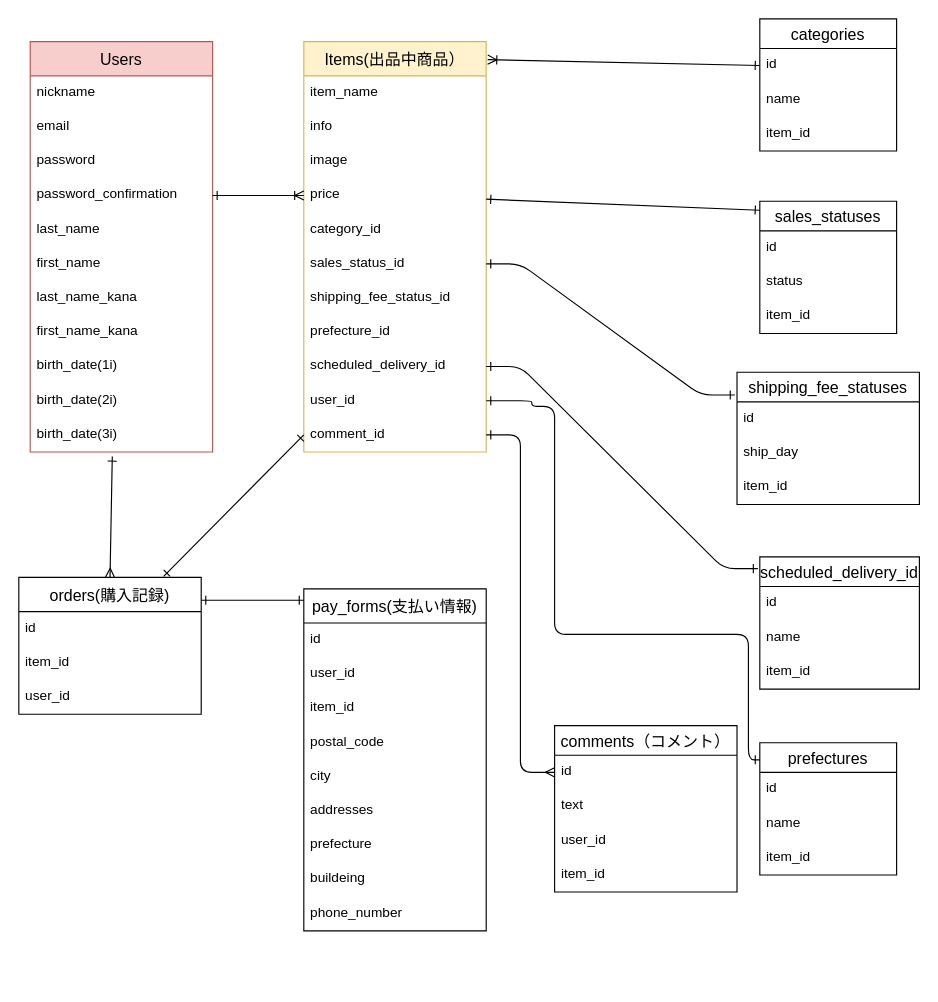
Earlier version of the draw.io diagram ER.dio (Ka0lee/furima-39118). Source tidied: cells renumbered, new cells numbered last; positions are measured from the earlier drawing's top-left corner, leaving out a move shared by most shapes. Both pictures are drawn from the tidied source at 114%, with x=0, y=0 at pixel (18, 18).
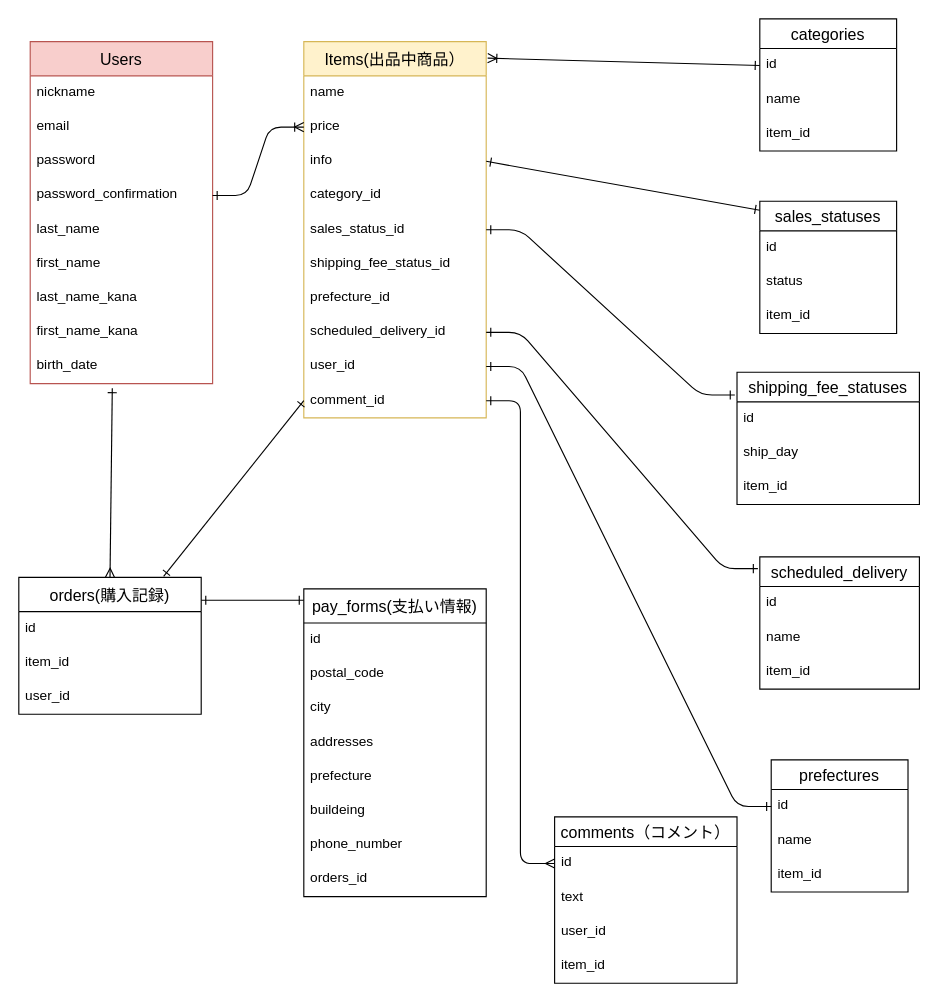
Above is the later version.

Commit message (it also covers changes not shown here):
EA図とREADMEの修正

The change refers to these unchanged cells:
```xml
<mxCell id="31" value="sales_statuses" style="swimlane;fontStyle=0;horizontal=1;startSize=26;align=center;fontSize=14;" parent="1" vertex="1">
  <mxGeometry x="650" y="160" width="120" height="116" as="geometry" />
</mxCell>
<mxCell id="71" value="id" style="text;strokeColor=none;fillColor=none;spacingLeft=4;spacingRight=4;overflow=hidden;points=[[0,0.5],[1,0.5]];portConstraint=eastwest;fontSize=12;" parent="70" vertex="1">
  <mxGeometry y="26" width="120" height="30" as="geometry" />
</mxCell>
```

The edit, as a diff of the source:
```diff
@@
     <mxCell id="2" value="Users" style="swimlane;fontStyle=0;horizontal=1;startSize=30;align=center;fontSize=14;fillColor=#f8cecc;strokeColor=#b85450;" parent="1" vertex="1">
-      <mxGeometry x="10" y="20" width="160" height="360" as="geometry" />
+      <mxGeometry x="10" y="20" width="160" height="300" as="geometry" />
     </mxCell>
@@
-    <mxCell id="11" value="birth_date(1i)" style="text;strokeColor=none;fillColor=none;spacingLeft=4;spacingRight=4;overflow=hidden;fontSize=12;" parent="2" vertex="1">
-      <mxGeometry y="270" width="160" height="30" as="geometry" />
-    </mxCell>
-    <mxCell id="12" value="birth_date(2i)" style="text;strokeColor=none;fillColor=none;spacingLeft=4;spacingRight=4;overflow=hidden;fontSize=12;" parent="2" vertex="1">
-      <mxGeometry y="300" width="160" height="30" as="geometry" />
-    </mxCell>
-    <mxCell id="13" value="birth_date(3i)" style="text;strokeColor=none;fillColor=none;spacingLeft=4;spacingRight=4;overflow=hidden;points=[[0,0.5],[1,0.5]];portConstraint=eastwest;fontSize=12;" parent="2" vertex="1">
-      <mxGeometry y="330" width="160" height="30" as="geometry" />
+    <mxCell id="13" value="birth_date&#10;" style="text;strokeColor=none;fillColor=none;spacingLeft=4;spacingRight=4;overflow=hidden;points=[[0,0.5],[1,0.5]];portConstraint=eastwest;fontSize=12;" parent="2" vertex="1">
+      <mxGeometry y="270" width="160" height="30" as="geometry" />
     </mxCell>
     <mxCell id="14" value="Items(出品中商品）" style="swimlane;fontStyle=0;horizontal=1;startSize=30;align=center;fontSize=14;fillColor=#fff2cc;strokeColor=#d6b656;" parent="1" vertex="1">
-      <mxGeometry x="250" y="20" width="160" height="360" as="geometry" />
+      <mxGeometry x="250" y="20" width="160" height="330" as="geometry" />
     </mxCell>
-    <mxCell id="15" value="item_name" style="text;strokeColor=none;fillColor=none;spacingLeft=4;spacingRight=4;overflow=hidden;fontSize=12;" parent="14" vertex="1">
+    <mxCell id="15" value="name" style="text;strokeColor=none;fillColor=none;spacingLeft=4;spacingRight=4;overflow=hidden;fontSize=12;" parent="14" vertex="1">
       <mxGeometry y="30" width="160" height="30" as="geometry" />
     </mxCell>
+    <mxCell id="18" value="price" style="text;strokeColor=none;fillColor=none;spacingLeft=4;spacingRight=4;overflow=hidden;points=[[0,0.5],[1,0.5]];portConstraint=eastwest;fontSize=12;" parent="14" vertex="1">
+      <mxGeometry y="60" width="160" height="30" as="geometry" />
+    </mxCell>
     <mxCell id="16" value="info" style="text;strokeColor=none;fillColor=none;spacingLeft=4;spacingRight=4;overflow=hidden;points=[[0,0.5],[1,0.5]];portConstraint=eastwest;fontSize=12;" parent="14" vertex="1">
-      <mxGeometry y="60" width="160" height="30" as="geometry" />
+      <mxGeometry y="90" width="160" height="30" as="geometry" />
     </mxCell>
-    <mxCell id="17" value="image" style="text;strokeColor=none;fillColor=none;spacingLeft=4;spacingRight=4;overflow=hidden;fontSize=12;" parent="14" vertex="1">
-      <mxGeometry y="90" width="160" height="30" as="geometry" />
-    </mxCell>
-    <mxCell id="18" value="price" style="text;strokeColor=none;fillColor=none;spacingLeft=4;spacingRight=4;overflow=hidden;points=[[0,0.5],[1,0.5]];portConstraint=eastwest;fontSize=12;" parent="14" vertex="1">
-      <mxGeometry y="120" width="160" height="30" as="geometry" />
-    </mxCell>
     <mxCell id="19" value="category_id" style="text;strokeColor=none;fillColor=none;spacingLeft=4;spacingRight=4;overflow=hidden;fontSize=12;" parent="14" vertex="1">
-      <mxGeometry y="150" width="160" height="30" as="geometry" />
+      <mxGeometry y="120" width="160" height="30" as="geometry" />
     </mxCell>
     <mxCell id="20" value="sales_status_id" style="text;strokeColor=none;fillColor=none;spacingLeft=4;spacingRight=4;overflow=hidden;points=[[0,0.5],[1,0.5]];portConstraint=eastwest;fontSize=12;" parent="14" vertex="1">
-      <mxGeometry y="180" width="160" height="30" as="geometry" />
+      <mxGeometry y="150" width="160" height="30" as="geometry" />
     </mxCell>
     <mxCell id="21" value="shipping_fee_status_id" style="text;strokeColor=none;fillColor=none;spacingLeft=4;spacingRight=4;overflow=hidden;fontSize=12;" parent="14" vertex="1">
-      <mxGeometry y="210" width="160" height="30" as="geometry" />
+      <mxGeometry y="180" width="160" height="30" as="geometry" />
     </mxCell>
     <mxCell id="22" value="prefecture_id" style="text;strokeColor=none;fillColor=none;spacingLeft=4;spacingRight=4;overflow=hidden;fontSize=12;" parent="14" vertex="1">
-      <mxGeometry y="240" width="160" height="30" as="geometry" />
+      <mxGeometry y="210" width="160" height="30" as="geometry" />
     </mxCell>
     <mxCell id="23" value="scheduled_delivery_id" style="text;strokeColor=none;fillColor=none;spacingLeft=4;spacingRight=4;overflow=hidden;points=[[0,0.5],[1,0.5]];portConstraint=eastwest;fontSize=12;" parent="14" vertex="1">
-      <mxGeometry y="270" width="160" height="30" as="geometry" />
+      <mxGeometry y="240" width="160" height="30" as="geometry" />
     </mxCell>
     <mxCell id="24" value="user_id" style="text;strokeColor=none;fillColor=none;spacingLeft=4;spacingRight=4;overflow=hidden;points=[[0,0.5],[1,0.5]];portConstraint=eastwest;fontSize=12;" parent="14" vertex="1">
-      <mxGeometry y="300" width="160" height="30" as="geometry" />
+      <mxGeometry y="270" width="160" height="30" as="geometry" />
     </mxCell>
     <mxCell id="25" value="comment_id" style="text;strokeColor=none;fillColor=none;spacingLeft=4;spacingRight=4;overflow=hidden;points=[[0,0.5],[1,0.5]];portConstraint=eastwest;fontSize=12;" parent="14" vertex="1">
-      <mxGeometry y="330" width="160" height="30" as="geometry" />
+      <mxGeometry y="300" width="160" height="30" as="geometry" />
     </mxCell>
     <mxCell id="26" value="comments（コメント）" style="swimlane;fontStyle=0;horizontal=1;startSize=26;align=center;fontSize=14;" parent="1" vertex="1">
-      <mxGeometry x="470" y="620" width="160" height="146" as="geometry" />
+      <mxGeometry x="470" y="700" width="160" height="146" as="geometry" />
     </mxCell>
@@
-    <mxCell id="43" value="scheduled_delivery_id" style="swimlane;fontStyle=0;horizontal=1;startSize=26;align=center;fontSize=14;" parent="1" vertex="1">
+    <mxCell id="43" value="scheduled_delivery" style="swimlane;fontStyle=0;horizontal=1;startSize=26;align=center;fontSize=14;" parent="1" vertex="1">
       <mxGeometry x="650" y="472" width="140" height="116" as="geometry" />
     </mxCell>
@@
-    <mxCell id="48" style="fontSize=12;html=1;endArrow=ERone;exitX=0;exitY=0.068;exitDx=0;exitDy=0;exitPerimeter=0;startArrow=ERone;startFill=0;endFill=0;" parent="1" edge="1" source="31" target="18">
+    <mxCell id="48" style="fontSize=12;html=1;endArrow=ERone;exitX=0;exitY=0.068;exitDx=0;exitDy=0;exitPerimeter=0;startArrow=ERone;startFill=0;endFill=0;entryX=1;entryY=0.5;entryDx=0;entryDy=0;" parent="1" edge="1" source="31" target="16">
       <mxGeometry relative="1" as="geometry" />
     </mxCell>
@@
     <mxCell id="58" value="pay_forms(支払い情報)" style="swimlane;fontStyle=0;horizontal=1;startSize=30;align=center;fontSize=14;" parent="1" vertex="1">
-      <mxGeometry x="250" y="500" width="160" height="300" as="geometry" />
+      <mxGeometry x="250" y="500" width="160" height="270" as="geometry" />
     </mxCell>
@@
-    <mxCell id="60" value="user_id" style="text;strokeColor=none;fillColor=none;spacingLeft=4;spacingRight=4;overflow=hidden;fontSize=12;" parent="58" vertex="1">
-      <mxGeometry y="60" width="160" height="30" as="geometry" />
-    </mxCell>
-    <mxCell id="61" value="item_id" style="text;strokeColor=none;fillColor=none;spacingLeft=4;spacingRight=4;overflow=hidden;fontSize=12;" parent="58" vertex="1">
-      <mxGeometry y="90" width="160" height="30" as="geometry" />
-    </mxCell>
     <mxCell id="62" value="postal_code" style="text;strokeColor=none;fillColor=none;spacingLeft=4;spacingRight=4;overflow=hidden;fontSize=12;" parent="58" vertex="1">
-      <mxGeometry y="120" width="160" height="30" as="geometry" />
+      <mxGeometry y="60" width="160" height="30" as="geometry" />
     </mxCell>
     <mxCell id="63" value="city" style="text;strokeColor=none;fillColor=none;spacingLeft=4;spacingRight=4;overflow=hidden;fontSize=12;" parent="58" vertex="1">
-      <mxGeometry y="150" width="160" height="30" as="geometry" />
+      <mxGeometry y="90" width="160" height="30" as="geometry" />
     </mxCell>
     <mxCell id="64" value="addresses" style="text;strokeColor=none;fillColor=none;spacingLeft=4;spacingRight=4;overflow=hidden;fontSize=12;" parent="58" vertex="1">
-      <mxGeometry y="180" width="160" height="30" as="geometry" />
+      <mxGeometry y="120" width="160" height="30" as="geometry" />
     </mxCell>
     <mxCell id="65" value="prefecture" style="text;strokeColor=none;fillColor=none;spacingLeft=4;spacingRight=4;overflow=hidden;fontSize=12;" parent="58" vertex="1">
-      <mxGeometry y="210" width="160" height="30" as="geometry" />
+      <mxGeometry y="150" width="160" height="30" as="geometry" />
     </mxCell>
     <mxCell id="66" value="buildeing" style="text;strokeColor=none;fillColor=none;spacingLeft=4;spacingRight=4;overflow=hidden;fontSize=12;" parent="58" vertex="1">
-      <mxGeometry y="240" width="160" height="30" as="geometry" />
+      <mxGeometry y="180" width="160" height="30" as="geometry" />
     </mxCell>
     <mxCell id="67" value="phone_number" style="text;strokeColor=none;fillColor=none;spacingLeft=4;spacingRight=4;overflow=hidden;fontSize=12;" parent="58" vertex="1">
-      <mxGeometry y="270" width="160" height="30" as="geometry" />
+      <mxGeometry y="210" width="160" height="30" as="geometry" />
     </mxCell>
+    <mxCell id="61" value="orders_id" style="text;strokeColor=none;fillColor=none;spacingLeft=4;spacingRight=4;overflow=hidden;fontSize=12;" parent="58" vertex="1">
+      <mxGeometry y="240" width="160" height="30" as="geometry" />
+    </mxCell>
@@
     <mxCell id="70" value="prefectures" style="swimlane;fontStyle=0;horizontal=1;startSize=26;align=center;fontSize=14;" parent="1" vertex="1">
-      <mxGeometry x="650" y="635" width="120" height="116" as="geometry" />
+      <mxGeometry x="660" y="650" width="120" height="116" as="geometry" />
     </mxCell>
@@
-    <mxCell id="74" style="edgeStyle=orthogonalEdgeStyle;fontSize=12;html=1;endArrow=ERone;entryX=1;entryY=0.5;entryDx=0;entryDy=0;startArrow=ERone;startFill=0;endFill=0;" parent="1" edge="1" target="24">
-      <mxGeometry relative="1" as="geometry">
-        <mxPoint x="650" y="650" as="sourcePoint" />
-        <Array as="points">
-          <mxPoint x="640" y="650" />
-          <mxPoint x="640" y="540" />
-          <mxPoint x="470" y="540" />
-          <mxPoint x="470" y="340" />
-          <mxPoint x="450" y="340" />
-          <mxPoint x="450" y="335" />
-        </Array>
-      </mxGeometry>
+    <mxCell id="74" style="edgeStyle=entityRelationEdgeStyle;fontSize=12;html=1;endArrow=ERone;entryX=1;entryY=0.5;entryDx=0;entryDy=0;startArrow=ERone;startFill=0;endFill=0;" parent="1" edge="1" source="71" target="24">
+      <mxGeometry relative="1" as="geometry" />
     </mxCell>
```
